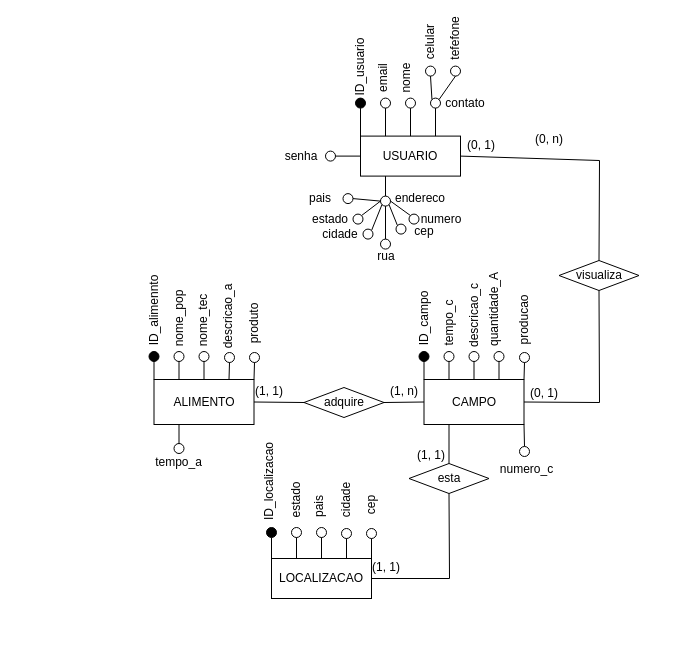
Above: conceitual.drawio in Thiago163/api_sistema_trienal (draw.io), before the change. Source tidied: cells renumbered, new cells numbered last; positions are measured from the earlier drawing's top-left corner, leaving out a move shared by most shapes. Both pictures are drawn from the tidied source at 100%, with x=0, y=0 at pixel (131, 29).
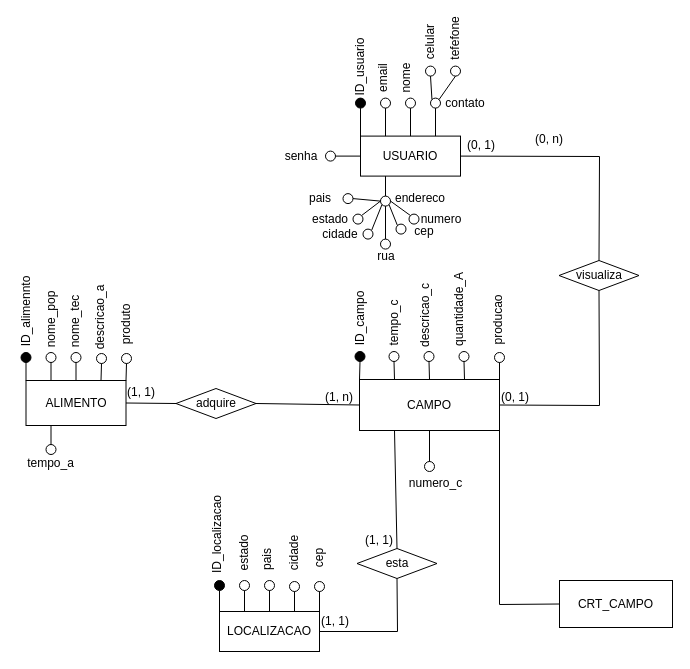
After the change.

Unchanged cells that the change refers to:
```xml
<mxCell id="2" value="USUARIO" style="rounded=0;whiteSpace=wrap;html=1;" parent="1" vertex="1">
  <mxGeometry x="229" y="106.6" width="100" height="40" as="geometry" />
</mxCell>
<mxCell id="6" value="visualiza" style="rhombus;whiteSpace=wrap;html=1;" parent="1" vertex="1">
  <mxGeometry x="427.5" y="231" width="80" height="30" as="geometry" />
</mxCell>
```

Diff of the diagram source:
```diff
@@
     <mxCell id="3" value="CAMPO" style="rounded=0;whiteSpace=wrap;html=1;" parent="1" vertex="1">
-      <mxGeometry x="292.5" y="350" width="100" height="45" as="geometry" />
+      <mxGeometry x="228" y="350" width="140" height="51" as="geometry" />
     </mxCell>
     <mxCell id="4" value="ALIMENTO" style="rounded=0;whiteSpace=wrap;html=1;" parent="1" vertex="1">
-      <mxGeometry x="22.5" y="350" width="100" height="45" as="geometry" />
+      <mxGeometry x="-105.5" y="351" width="100" height="45" as="geometry" />
     </mxCell>
     <mxCell id="5" value="LOCALIZACAO" style="rounded=0;whiteSpace=wrap;html=1;" parent="1" vertex="1">
-      <mxGeometry x="140" y="529" width="100" height="40" as="geometry" />
+      <mxGeometry x="88" y="582" width="100" height="40" as="geometry" />
     </mxCell>
@@
     <mxCell id="7" value="esta" style="rhombus;whiteSpace=wrap;html=1;" parent="1" vertex="1">
-      <mxGeometry x="277.5" y="434" width="80" height="30" as="geometry" />
+      <mxGeometry x="225.5" y="519" width="80" height="30" as="geometry" />
     </mxCell>
     <mxCell id="8" value="adquire" style="rhombus;whiteSpace=wrap;html=1;" parent="1" vertex="1">
-      <mxGeometry x="172.5" y="358" width="80" height="30" as="geometry" />
+      <mxGeometry x="44.5" y="359" width="80" height="30" as="geometry" />
     </mxCell>
@@
     <mxCell id="21" style="ellipse;whiteSpace=wrap;html=1;fillColor=#000000;" parent="1" vertex="1">
-      <mxGeometry x="287.5" y="322" width="10" height="10" as="geometry" />
+      <mxGeometry x="223.5" y="322" width="10" height="10" as="geometry" />
     </mxCell>
@@
     <mxCell id="23" style="ellipse;whiteSpace=wrap;html=1;" parent="1" vertex="1">
-      <mxGeometry x="312.5" y="322" width="10" height="10" as="geometry" />
+      <mxGeometry x="257.5" y="322" width="10" height="10" as="geometry" />
     </mxCell>
@@
     <mxCell id="25" style="ellipse;whiteSpace=wrap;html=1;" parent="1" vertex="1">
-      <mxGeometry x="337.5" y="322" width="10" height="10" as="geometry" />
+      <mxGeometry x="292.5" y="322" width="10" height="10" as="geometry" />
     </mxCell>
@@
     <mxCell id="27" style="ellipse;whiteSpace=wrap;html=1;" parent="1" vertex="1">
-      <mxGeometry x="362.5" y="322" width="10" height="10" as="geometry" />
+      <mxGeometry x="327.5" y="322" width="10" height="10" as="geometry" />
     </mxCell>
@@
     <mxCell id="29" style="ellipse;whiteSpace=wrap;html=1;" parent="1" vertex="1">
-      <mxGeometry x="388" y="323" width="10" height="10" as="geometry" />
+      <mxGeometry x="363" y="323" width="10" height="10" as="geometry" />
     </mxCell>
@@
     <mxCell id="31" style="ellipse;whiteSpace=wrap;html=1;fillColor=#000000;" parent="1" vertex="1">
-      <mxGeometry x="135" y="498" width="10" height="10" as="geometry" />
+      <mxGeometry x="83" y="551" width="10" height="10" as="geometry" />
     </mxCell>
@@
     <mxCell id="33" style="ellipse;whiteSpace=wrap;html=1;" parent="1" vertex="1">
-      <mxGeometry x="160" y="498" width="10" height="10" as="geometry" />
+      <mxGeometry x="108" y="551" width="10" height="10" as="geometry" />
     </mxCell>
@@
     <mxCell id="35" style="ellipse;whiteSpace=wrap;html=1;" parent="1" vertex="1">
-      <mxGeometry x="185" y="498" width="10" height="10" as="geometry" />
+      <mxGeometry x="133" y="551" width="10" height="10" as="geometry" />
     </mxCell>
@@
     <mxCell id="37" style="ellipse;whiteSpace=wrap;html=1;" parent="1" vertex="1">
-      <mxGeometry x="210" y="499" width="10" height="10" as="geometry" />
+      <mxGeometry x="158" y="552" width="10" height="10" as="geometry" />
     </mxCell>
@@
     <mxCell id="39" style="ellipse;whiteSpace=wrap;html=1;" parent="1" vertex="1">
-      <mxGeometry x="235" y="499" width="10" height="10" as="geometry" />
+      <mxGeometry x="183" y="552" width="10" height="10" as="geometry" />
     </mxCell>
@@
     <mxCell id="41" style="ellipse;whiteSpace=wrap;html=1;fillColor=#030303;" parent="1" vertex="1">
-      <mxGeometry x="17.5" y="322" width="10" height="10" as="geometry" />
+      <mxGeometry x="-110.5" y="323" width="10" height="10" as="geometry" />
     </mxCell>
@@
     <mxCell id="43" style="ellipse;whiteSpace=wrap;html=1;" parent="1" vertex="1">
-      <mxGeometry x="42.5" y="322" width="10" height="10" as="geometry" />
+      <mxGeometry x="-85.5" y="323" width="10" height="10" as="geometry" />
     </mxCell>
@@
     <mxCell id="45" style="ellipse;whiteSpace=wrap;html=1;" parent="1" vertex="1">
-      <mxGeometry x="67.5" y="322" width="10" height="10" as="geometry" />
+      <mxGeometry x="-60.5" y="323" width="10" height="10" as="geometry" />
     </mxCell>
@@
     <mxCell id="48" style="endArrow=none;html=1;rounded=0;entryX=0.5;entryY=1;entryDx=0;entryDy=0;exitX=1;exitY=0.5;exitDx=0;exitDy=0;" parent="1" edge="1" source="5" target="7">
       <mxGeometry relative="1" as="geometry">
         <Array as="points">
-          <mxPoint x="318" y="549" />
+          <mxPoint x="266" y="602" />
         </Array>
       </mxGeometry>
     </mxCell>
@@
     <mxCell id="57" value="ID_campo" style="text;html=1;align=center;verticalAlign=middle;whiteSpace=wrap;rounded=0;rotation=-90;" parent="1" vertex="1">
-      <mxGeometry x="270" y="280" width="45" height="18" as="geometry" />
+      <mxGeometry x="206" y="280" width="45" height="18" as="geometry" />
     </mxCell>
     <mxCell id="58" value="ID_alimennto" style="text;html=1;align=center;verticalAlign=middle;whiteSpace=wrap;rounded=0;rotation=-90;" parent="1" vertex="1">
-      <mxGeometry y="272" width="45" height="18" as="geometry" />
+      <mxGeometry x="-128" y="273" width="45" height="18" as="geometry" />
     </mxCell>
     <mxCell id="59" value="ID_localizacao" style="text;html=1;align=center;verticalAlign=middle;whiteSpace=wrap;rounded=0;rotation=-90;" parent="1" vertex="1">
-      <mxGeometry x="115" y="443" width="45" height="18" as="geometry" />
+      <mxGeometry x="63" y="496" width="45" height="18" as="geometry" />
     </mxCell>
     <mxCell id="60" value="descricao_a" style="text;html=1;align=center;verticalAlign=middle;whiteSpace=wrap;rounded=0;rotation=-90;" parent="1" vertex="1">
-      <mxGeometry x="74" y="278" width="45" height="18" as="geometry" />
+      <mxGeometry x="-54" y="279" width="45" height="18" as="geometry" />
     </mxCell>
     <mxCell id="61" value="nome_tec" style="text;html=1;align=center;verticalAlign=middle;whiteSpace=wrap;rounded=0;rotation=-90;" parent="1" vertex="1">
-      <mxGeometry x="49" y="282" width="45" height="18" as="geometry" />
+      <mxGeometry x="-79" y="283" width="45" height="18" as="geometry" />
     </mxCell>
     <mxCell id="62" value="tempo_a" style="text;html=1;align=center;verticalAlign=middle;whiteSpace=wrap;rounded=0;rotation=0;" parent="1" vertex="1">
-      <mxGeometry x="25" y="424" width="45" height="18" as="geometry" />
+      <mxGeometry x="-103" y="425" width="45" height="18" as="geometry" />
     </mxCell>
     <mxCell id="63" value="nome_pop" style="text;html=1;align=center;verticalAlign=middle;whiteSpace=wrap;rounded=0;rotation=-90;" parent="1" vertex="1">
-      <mxGeometry x="25" y="280" width="45" height="18" as="geometry" />
+      <mxGeometry x="-103" y="281" width="45" height="18" as="geometry" />
     </mxCell>
     <mxCell id="64" value="producao" style="text;html=1;align=center;verticalAlign=middle;whiteSpace=wrap;rounded=0;rotation=-90;" parent="1" vertex="1">
-      <mxGeometry x="370.5" y="282" width="45" height="18" as="geometry" />
+      <mxGeometry x="344.5" y="282" width="45" height="18" as="geometry" />
     </mxCell>
     <mxCell id="65" value="tempo_c" style="text;html=1;align=center;verticalAlign=middle;whiteSpace=wrap;rounded=0;rotation=-90;" parent="1" vertex="1">
-      <mxGeometry x="295.5" y="284" width="45" height="20" as="geometry" />
+      <mxGeometry x="240.5" y="284" width="45" height="20" as="geometry" />
     </mxCell>
     <mxCell id="66" value="estado" style="text;html=1;align=center;verticalAlign=middle;whiteSpace=wrap;rounded=0;rotation=-90;" parent="1" vertex="1">
-      <mxGeometry x="142.5" y="462" width="45" height="18" as="geometry" />
+      <mxGeometry x="90.5" y="515" width="45" height="18" as="geometry" />
     </mxCell>
     <mxCell id="67" value="pais" style="text;html=1;align=center;verticalAlign=middle;whiteSpace=wrap;rounded=0;rotation=-90;" parent="1" vertex="1">
-      <mxGeometry x="165" y="468" width="45" height="18" as="geometry" />
+      <mxGeometry x="113" y="521" width="45" height="18" as="geometry" />
     </mxCell>
     <mxCell id="68" value="cidade" style="text;html=1;align=center;verticalAlign=middle;whiteSpace=wrap;rounded=0;rotation=-90;" parent="1" vertex="1">
-      <mxGeometry x="192.5" y="462" width="45" height="18" as="geometry" />
+      <mxGeometry x="140.5" y="515" width="45" height="18" as="geometry" />
     </mxCell>
     <mxCell id="69" value="cep" style="text;html=1;align=center;verticalAlign=middle;whiteSpace=wrap;rounded=0;rotation=-90;" parent="1" vertex="1">
-      <mxGeometry x="217.5" y="467" width="45" height="18" as="geometry" />
+      <mxGeometry x="165.5" y="520" width="45" height="18" as="geometry" />
     </mxCell>
     <mxCell id="70" value="descricao_c" style="text;html=1;align=center;verticalAlign=middle;whiteSpace=wrap;rounded=0;rotation=-90;" parent="1" vertex="1">
-      <mxGeometry x="320" y="276" width="45" height="20" as="geometry" />
+      <mxGeometry x="271" y="276" width="45" height="20" as="geometry" />
     </mxCell>
     <mxCell id="71" value="quantidade_A" style="text;html=1;align=center;verticalAlign=middle;whiteSpace=wrap;rounded=0;rotation=-90;" parent="1" vertex="1">
-      <mxGeometry x="340" y="270" width="45" height="20" as="geometry" />
+      <mxGeometry x="305" y="270" width="45" height="20" as="geometry" />
     </mxCell>
     <mxCell id="72" value="produto" style="text;html=1;align=center;verticalAlign=middle;whiteSpace=wrap;rounded=0;rotation=-90;" parent="1" vertex="1">
-      <mxGeometry x="100" y="284" width="45" height="20" as="geometry" />
+      <mxGeometry x="-28" y="285" width="45" height="20" as="geometry" />
     </mxCell>
@@
     <mxCell id="75" value="(0, 1)" style="text;html=1;align=center;verticalAlign=middle;whiteSpace=wrap;rounded=0;rotation=0;" parent="1" vertex="1">
-      <mxGeometry x="397.5" y="355" width="30" height="18" as="geometry" />
+      <mxGeometry x="368.5" y="359" width="30" height="18" as="geometry" />
     </mxCell>
     <mxCell id="76" value="(1, 1)" style="text;html=1;align=center;verticalAlign=middle;whiteSpace=wrap;rounded=0;rotation=0;" parent="1" vertex="1">
-      <mxGeometry x="240" y="529" width="30" height="18" as="geometry" />
+      <mxGeometry x="189" y="583" width="30" height="18" as="geometry" />
     </mxCell>
     <mxCell id="77" value="(1, 1)" style="text;html=1;align=center;verticalAlign=middle;whiteSpace=wrap;rounded=0;rotation=0;" parent="1" vertex="1">
-      <mxGeometry x="285" y="417" width="30" height="18" as="geometry" />
+      <mxGeometry x="233" y="502" width="30" height="18" as="geometry" />
     </mxCell>
     <mxCell id="78" value="(1, n)" style="text;html=1;align=center;verticalAlign=middle;whiteSpace=wrap;rounded=0;rotation=0;" parent="1" vertex="1">
-      <mxGeometry x="257.5" y="353" width="30" height="18" as="geometry" />
+      <mxGeometry x="193" y="359" width="30" height="18" as="geometry" />
     </mxCell>
     <mxCell id="79" value="(1, 1)" style="text;html=1;align=center;verticalAlign=middle;whiteSpace=wrap;rounded=0;rotation=0;" parent="1" vertex="1">
-      <mxGeometry x="122.5" y="353" width="30" height="18" as="geometry" />
+      <mxGeometry x="-5.5" y="354" width="30" height="18" as="geometry" />
     </mxCell>
@@
-    <mxCell id="98" style="endArrow=none;html=1;rounded=0;entryX=1;entryY=1;entryDx=0;entryDy=0;exitX=0.5;exitY=0;exitDx=0;exitDy=0;" parent="1" edge="1" source="99" target="3">
-      <mxGeometry relative="1" as="geometry" />
-    </mxCell>
-    <mxCell id="99" style="ellipse;whiteSpace=wrap;html=1;" parent="1" vertex="1">
-      <mxGeometry x="388" y="417" width="10" height="10" as="geometry" />
-    </mxCell>
-    <mxCell id="100" value="numero_c" style="text;html=1;align=center;verticalAlign=middle;whiteSpace=wrap;rounded=0;rotation=0;" parent="1" vertex="1">
-      <mxGeometry x="372.5" y="430" width="45" height="20" as="geometry" />
-    </mxCell>
-    <mxCell id="101" style="edgeStyle=orthogonalEdgeStyle;rounded=0;orthogonalLoop=1;jettySize=auto;html=1;exitX=0.5;exitY=1;exitDx=0;exitDy=0;" parent="1" edge="1" source="100" target="100">
-      <mxGeometry relative="1" as="geometry" />
-    </mxCell>
@@
     <mxCell id="103" style="ellipse;whiteSpace=wrap;html=1;" parent="1" vertex="1">
-      <mxGeometry x="93" y="323" width="10" height="10" as="geometry" />
+      <mxGeometry x="-35" y="324" width="10" height="10" as="geometry" />
     </mxCell>
@@
     <mxCell id="105" style="ellipse;whiteSpace=wrap;html=1;" parent="1" vertex="1">
-      <mxGeometry x="118" y="323" width="10" height="10" as="geometry" />
+      <mxGeometry x="-10" y="324" width="10" height="10" as="geometry" />
     </mxCell>
@@
     <mxCell id="107" style="ellipse;whiteSpace=wrap;html=1;" parent="1" vertex="1">
-      <mxGeometry x="42.5" y="414" width="10" height="10" as="geometry" />
+      <mxGeometry x="-85.5" y="415" width="10" height="10" as="geometry" />
     </mxCell>
@@
     <mxCell id="109" style="endArrow=none;html=1;rounded=0;entryX=1;entryY=0.5;entryDx=0;entryDy=0;exitX=0.5;exitY=0;exitDx=0;exitDy=0;" parent="1" edge="1" source="6" target="2">
       <mxGeometry relative="1" as="geometry">
         <Array as="points">
-          <mxPoint x="468" y="131" />
+          <mxPoint x="468" y="127" />
         </Array>
       </mxGeometry>
     </mxCell>
     <mxCell id="110" style="endArrow=none;html=1;rounded=0;exitX=1;exitY=0.5;exitDx=0;exitDy=0;entryX=0.5;entryY=1;entryDx=0;entryDy=0;" parent="1" edge="1" source="3" target="6">
       <mxGeometry relative="1" as="geometry">
         <Array as="points">
-          <mxPoint x="468" y="373" />
+          <mxPoint x="468" y="376" />
         </Array>
       </mxGeometry>
     </mxCell>
@@
+    <mxCell id="117" style="endArrow=none;html=1;rounded=0;entryX=1;entryY=1;entryDx=0;entryDy=0;exitX=0.5;exitY=0;exitDx=0;exitDy=0;" parent="1" edge="1" source="118">
+      <mxGeometry relative="1" as="geometry">
+        <mxPoint x="297.5" y="436" as="targetPoint" />
+      </mxGeometry>
+    </mxCell>
+    <mxCell id="118" style="ellipse;whiteSpace=wrap;html=1;" parent="1" vertex="1">
+      <mxGeometry x="293" y="432" width="10" height="10" as="geometry" />
+    </mxCell>
+    <mxCell id="100" value="numero_c" style="text;html=1;align=center;verticalAlign=middle;whiteSpace=wrap;rounded=0;rotation=0;" parent="1" vertex="1">
+      <mxGeometry x="281.5" y="444" width="45" height="20" as="geometry" />
+    </mxCell>
+    <mxCell id="119" style="edgeStyle=orthogonalEdgeStyle;rounded=0;orthogonalLoop=1;jettySize=auto;html=1;exitX=0.5;exitY=1;exitDx=0;exitDy=0;" parent="1" edge="1">
+      <mxGeometry relative="1" as="geometry">
+        <mxPoint x="300" y="465" as="sourcePoint" />
+        <mxPoint x="300" y="465" as="targetPoint" />
+      </mxGeometry>
+    </mxCell>
+    <mxCell id="120" style="endArrow=none;html=1;rounded=0;entryX=0.5;entryY=1;entryDx=0;entryDy=0;exitX=0.5;exitY=0;exitDx=0;exitDy=0;" parent="1" edge="1" source="118" target="3">
+      <mxGeometry relative="1" as="geometry" />
+    </mxCell>
+    <mxCell id="121" value="CRT_CAMPO" style="rounded=0;whiteSpace=wrap;html=1;" parent="1" vertex="1">
+      <mxGeometry x="428" y="551" width="113" height="47" as="geometry" />
+    </mxCell>
+    <mxCell id="122" style="endArrow=none;html=1;rounded=0;entryX=1;entryY=1;entryDx=0;entryDy=0;exitX=0;exitY=0.5;exitDx=0;exitDy=0;" parent="1" edge="1" source="121" target="3">
+      <mxGeometry relative="1" as="geometry">
+        <Array as="points">
+          <mxPoint x="368" y="575" />
+        </Array>
+      </mxGeometry>
+    </mxCell>
```
